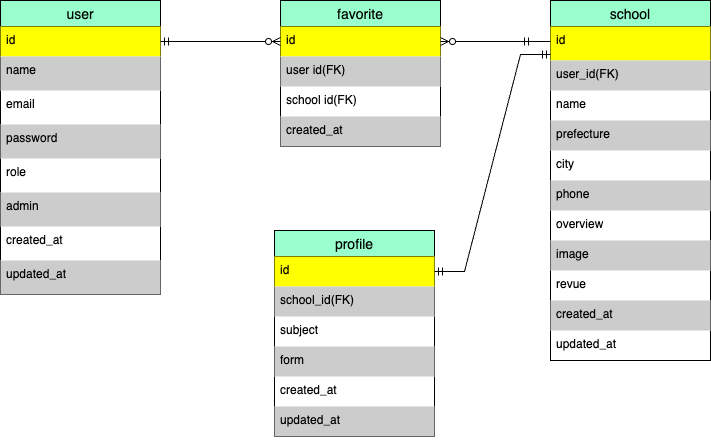
The draw.io diagram public/ER図ファイル-ページ1.drawio.png in sho-shimotsuura/school, before a commit. Source tidied: cells renumbered, new cells last; positions are measured from the earlier drawing's top-left corner, leaving out a move shared by most shapes.
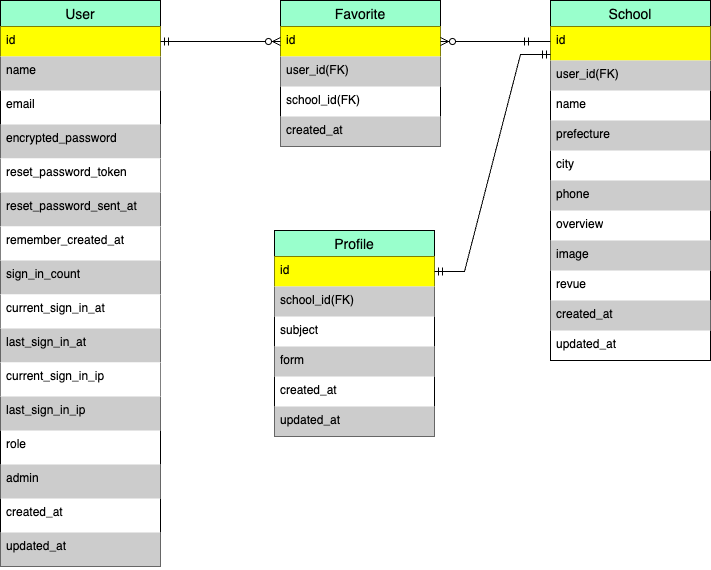
Later version of the same file.

What changed in the source:
```diff
@@ -2,8 +2,8 @@
   <root>
     <mxCell id="0" />
     <mxCell id="1" parent="0" />
-    <mxCell id="2" value="user" style="swimlane;fontStyle=0;horizontal=1;startSize=26;align=center;fontSize=14;fillColor=#99FFCC;" parent="1" vertex="1">
-      <mxGeometry width="160" height="294" as="geometry" />
+    <mxCell id="2" value="User" style="swimlane;fontStyle=0;horizontal=1;startSize=26;align=center;fontSize=14;fillColor=#99FFCC;" parent="1" vertex="1">
+      <mxGeometry width="160" height="566" as="geometry" />
     </mxCell>
     <mxCell id="3" value="id" style="text;strokeColor=none;fillColor=#FFFF00;spacingLeft=4;spacingRight=4;overflow=hidden;points=[[0,0.5],[1,0.5]];portConstraint=eastwest;fontSize=12;whiteSpace=wrap;html=1;" parent="2" vertex="1">
       <mxGeometry y="26" width="160" height="30" as="geometry" />
@@ -14,22 +14,46 @@
     <mxCell id="5" value="email" style="text;strokeColor=none;fillColor=none;spacingLeft=4;spacingRight=4;overflow=hidden;fontSize=12;whiteSpace=wrap;html=1;" parent="2" vertex="1">
       <mxGeometry y="90" width="160" height="34" as="geometry" />
     </mxCell>
-    <mxCell id="6" value="password" style="text;strokeColor=none;fillColor=#CCCCCC;spacingLeft=4;spacingRight=4;overflow=hidden;fontSize=12;whiteSpace=wrap;html=1;" parent="2" vertex="1">
+    <mxCell id="6" value="encrypted_password" style="text;strokeColor=none;fillColor=#CCCCCC;spacingLeft=4;spacingRight=4;overflow=hidden;fontSize=12;whiteSpace=wrap;html=1;" parent="2" vertex="1">
       <mxGeometry y="124" width="160" height="34" as="geometry" />
     </mxCell>
+    <mxCell id="38" value="reset_password_token" style="text;strokeColor=none;fillColor=#FFFFFF;spacingLeft=4;spacingRight=4;overflow=hidden;fontSize=12;whiteSpace=wrap;html=1;" parent="2" vertex="1">
+      <mxGeometry y="158" width="160" height="34" as="geometry" />
+    </mxCell>
+    <mxCell id="39" value="reset_password_sent_at" style="text;strokeColor=none;fillColor=#CCCCCC;spacingLeft=4;spacingRight=4;overflow=hidden;fontSize=12;whiteSpace=wrap;html=1;" parent="2" vertex="1">
+      <mxGeometry y="192" width="160" height="34" as="geometry" />
+    </mxCell>
+    <mxCell id="40" value="remember_created_at" style="text;strokeColor=none;fillColor=#FFFFFF;spacingLeft=4;spacingRight=4;overflow=hidden;fontSize=12;whiteSpace=wrap;html=1;" parent="2" vertex="1">
+      <mxGeometry y="226" width="160" height="34" as="geometry" />
+    </mxCell>
+    <mxCell id="41" value="sign_in_count" style="text;strokeColor=none;fillColor=#CCCCCC;spacingLeft=4;spacingRight=4;overflow=hidden;fontSize=12;whiteSpace=wrap;html=1;" parent="2" vertex="1">
+      <mxGeometry y="260" width="160" height="34" as="geometry" />
+    </mxCell>
+    <mxCell id="42" value="current_sign_in_at" style="text;strokeColor=none;fillColor=#FFFFFF;spacingLeft=4;spacingRight=4;overflow=hidden;fontSize=12;whiteSpace=wrap;html=1;" parent="2" vertex="1">
+      <mxGeometry y="294" width="160" height="34" as="geometry" />
+    </mxCell>
+    <mxCell id="43" value="last_sign_in_at" style="text;strokeColor=none;fillColor=#CCCCCC;spacingLeft=4;spacingRight=4;overflow=hidden;fontSize=12;whiteSpace=wrap;html=1;" parent="2" vertex="1">
+      <mxGeometry y="328" width="160" height="34" as="geometry" />
+    </mxCell>
+    <mxCell id="44" value="current_sign_in_ip" style="text;strokeColor=none;fillColor=#FFFFFF;spacingLeft=4;spacingRight=4;overflow=hidden;fontSize=12;whiteSpace=wrap;html=1;" parent="2" vertex="1">
+      <mxGeometry y="362" width="160" height="34" as="geometry" />
+    </mxCell>
+    <mxCell id="45" value="last_sign_in_ip" style="text;strokeColor=none;fillColor=#CCCCCC;spacingLeft=4;spacingRight=4;overflow=hidden;fontSize=12;whiteSpace=wrap;html=1;" parent="2" vertex="1">
+      <mxGeometry y="396" width="160" height="34" as="geometry" />
+    </mxCell>
     <mxCell id="7" value="role" style="text;strokeColor=none;fillColor=none;spacingLeft=4;spacingRight=4;overflow=hidden;fontSize=12;whiteSpace=wrap;html=1;" parent="2" vertex="1">
-      <mxGeometry y="158" width="160" height="34" as="geometry" />
+      <mxGeometry y="430" width="160" height="34" as="geometry" />
     </mxCell>
     <mxCell id="8" value="admin" style="text;strokeColor=none;fillColor=#CCCCCC;spacingLeft=4;spacingRight=4;overflow=hidden;fontSize=12;whiteSpace=wrap;html=1;" parent="2" vertex="1">
-      <mxGeometry y="192" width="160" height="34" as="geometry" />
+      <mxGeometry y="464" width="160" height="34" as="geometry" />
     </mxCell>
     <mxCell id="9" value="created_at" style="text;strokeColor=none;fillColor=none;spacingLeft=4;spacingRight=4;overflow=hidden;fontSize=12;whiteSpace=wrap;html=1;" parent="2" vertex="1">
-      <mxGeometry y="226" width="160" height="34" as="geometry" />
+      <mxGeometry y="498" width="160" height="34" as="geometry" />
     </mxCell>
     <mxCell id="10" value="updated_at" style="text;strokeColor=none;fillColor=#CCCCCC;spacingLeft=4;spacingRight=4;overflow=hidden;fontSize=12;whiteSpace=wrap;html=1;" parent="2" vertex="1">
-      <mxGeometry y="260" width="160" height="34" as="geometry" />
+      <mxGeometry y="532" width="160" height="34" as="geometry" />
     </mxCell>
-    <mxCell id="11" value="school" style="swimlane;fontStyle=0;horizontal=1;startSize=26;align=center;fontSize=14;fillColor=#99FFCC;" parent="1" vertex="1">
+    <mxCell id="11" value="School" style="swimlane;fontStyle=0;horizontal=1;startSize=26;align=center;fontSize=14;fillColor=#99FFCC;" parent="1" vertex="1">
       <mxGeometry x="550" width="160" height="360" as="geometry" />
     </mxCell>
     <mxCell id="12" value="id" style="text;strokeColor=none;fillColor=#FFFF00;spacingLeft=4;spacingRight=4;overflow=hidden;points=[[0,0.5],[1,0.5]];portConstraint=eastwest;fontSize=12;whiteSpace=wrap;html=1;" parent="11" vertex="1">
@@ -65,22 +89,22 @@
     <mxCell id="22" value="updated_at" style="text;strokeColor=none;fillColor=none;spacingLeft=4;spacingRight=4;overflow=hidden;fontSize=12;whiteSpace=wrap;html=1;" parent="11" vertex="1">
       <mxGeometry y="330" width="160" height="30" as="geometry" />
     </mxCell>
-    <mxCell id="23" value="favorite" style="swimlane;fontStyle=0;horizontal=1;startSize=26;align=center;fontSize=14;fillColor=#99FFCC;" parent="1" vertex="1">
+    <mxCell id="23" value="Favorite" style="swimlane;fontStyle=0;horizontal=1;startSize=26;align=center;fontSize=14;fillColor=#99FFCC;" parent="1" vertex="1">
       <mxGeometry x="280" width="160" height="146" as="geometry" />
     </mxCell>
     <mxCell id="24" value="id" style="text;strokeColor=none;fillColor=#FFFF00;spacingLeft=4;spacingRight=4;overflow=hidden;points=[[0,0.5],[1,0.5]];portConstraint=eastwest;fontSize=12;whiteSpace=wrap;html=1;" parent="23" vertex="1">
       <mxGeometry y="26" width="160" height="30" as="geometry" />
     </mxCell>
-    <mxCell id="25" value="user id(FK)" style="text;strokeColor=none;fillColor=#CCCCCC;spacingLeft=4;spacingRight=4;overflow=hidden;fontSize=12;whiteSpace=wrap;html=1;" parent="23" vertex="1">
+    <mxCell id="25" value="user_id(FK)" style="text;strokeColor=none;fillColor=#CCCCCC;spacingLeft=4;spacingRight=4;overflow=hidden;fontSize=12;whiteSpace=wrap;html=1;" parent="23" vertex="1">
       <mxGeometry y="56" width="160" height="30" as="geometry" />
     </mxCell>
-    <mxCell id="26" value="school id(FK)" style="text;strokeColor=none;fillColor=none;spacingLeft=4;spacingRight=4;overflow=hidden;fontSize=12;whiteSpace=wrap;html=1;" parent="23" vertex="1">
+    <mxCell id="26" value="school_id(FK)" style="text;strokeColor=none;fillColor=none;spacingLeft=4;spacingRight=4;overflow=hidden;fontSize=12;whiteSpace=wrap;html=1;" parent="23" vertex="1">
       <mxGeometry y="86" width="160" height="30" as="geometry" />
     </mxCell>
     <mxCell id="27" value="created_at" style="text;strokeColor=none;fillColor=#CCCCCC;spacingLeft=4;spacingRight=4;overflow=hidden;fontSize=12;whiteSpace=wrap;html=1;" parent="23" vertex="1">
       <mxGeometry y="116" width="160" height="30" as="geometry" />
     </mxCell>
-    <mxCell id="28" value="profile" style="swimlane;fontStyle=0;horizontal=1;startSize=26;align=center;fontSize=14;fillColor=#99FFCC;" parent="1" vertex="1">
+    <mxCell id="28" value="Profile" style="swimlane;fontStyle=0;horizontal=1;startSize=26;align=center;fontSize=14;fillColor=#99FFCC;" parent="1" vertex="1">
       <mxGeometry x="274" y="230" width="160" height="206" as="geometry" />
     </mxCell>
     <mxCell id="29" value="id&lt;br&gt;" style="text;strokeColor=none;fillColor=#FFFF00;spacingLeft=4;spacingRight=4;overflow=hidden;points=[[0,0.5],[1,0.5]];portConstraint=eastwest;fontSize=12;whiteSpace=wrap;html=1;" parent="28" vertex="1">
```
